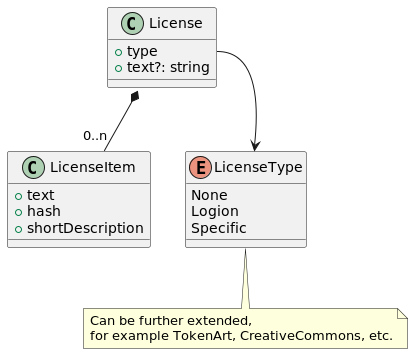
Above: website/docs/dev/ScopeOfRights.png in logion-network/logion-api (PlantUML), before the change.
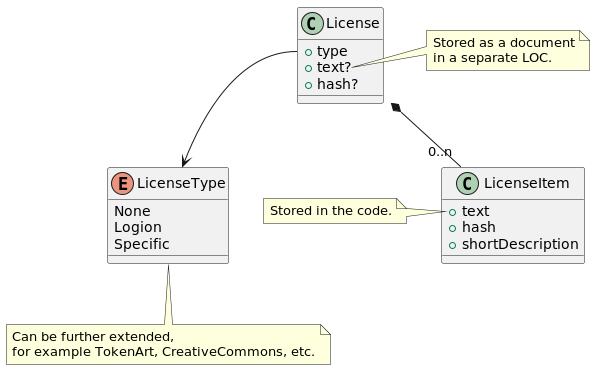
The same diagram one commit later.

Commit message:
feat: tech analysis of scope of rights: change storage of "Specific" license.

logion-network/logion-internal#596

Diff of the diagram source:
```diff
@@ -2,7 +2,8 @@
 
 class License {
   + type
-  + text?: string
+  + text?
+  + hash?
 }
 
 enum LicenseType {
@@ -25,4 +26,14 @@
 Can be further extended,
 for example TokenArt, CreativeCommons, etc.
 end note
+
+note right of License::text
+Stored as a document
+in a separate LOC.
+end note
+
+note left of LicenseItem::text
+Stored in the code.
+end note
+
 @enduml
```
